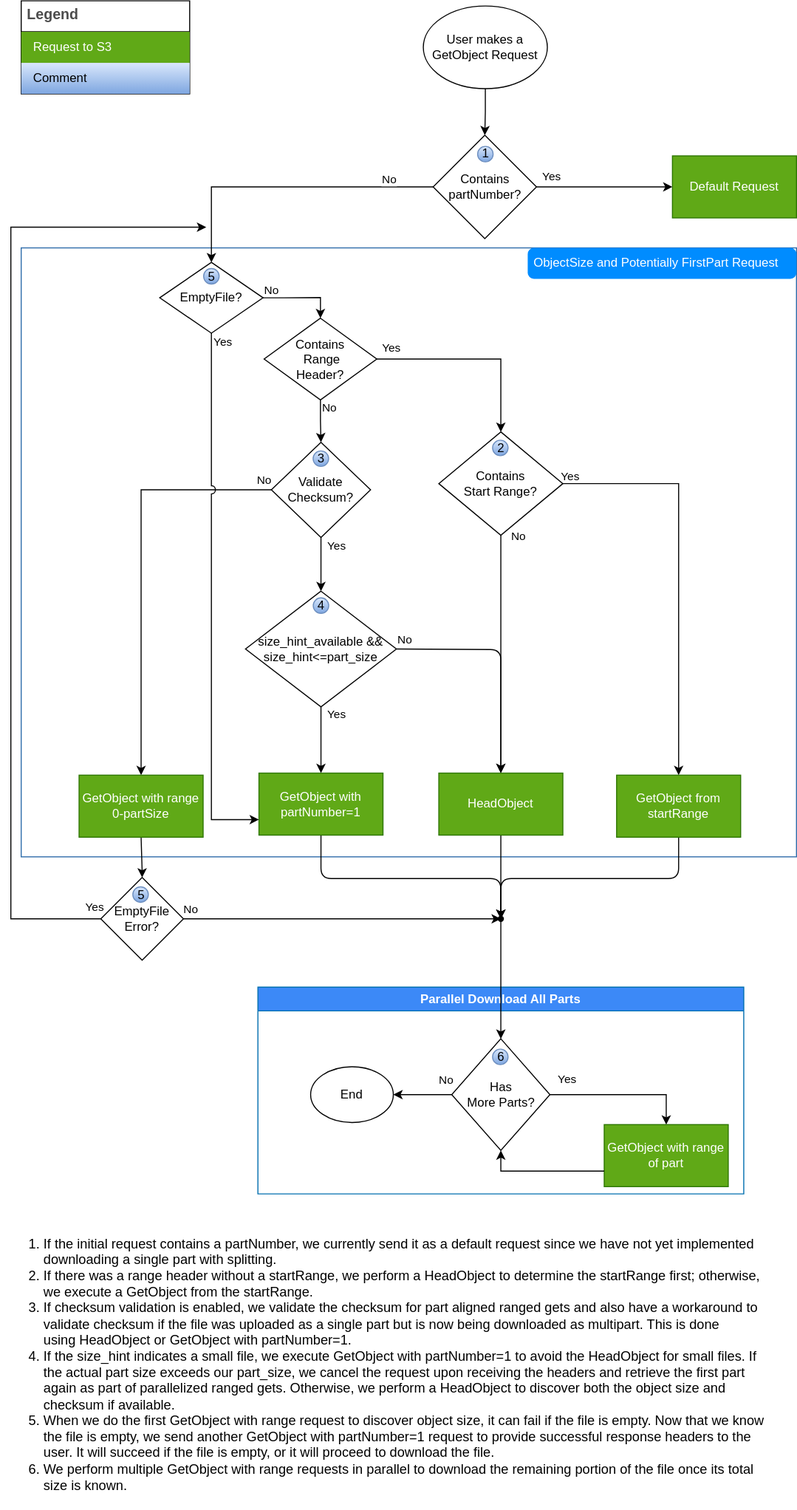
The draw.io diagram docs/images/GetObjectFlow.svg in awslabs/aws-c-s3, before a commit. Source tidied: cells renumbered, new cells last; positions are measured from the earlier drawing's top-left corner, leaving out a move shared by most shapes.
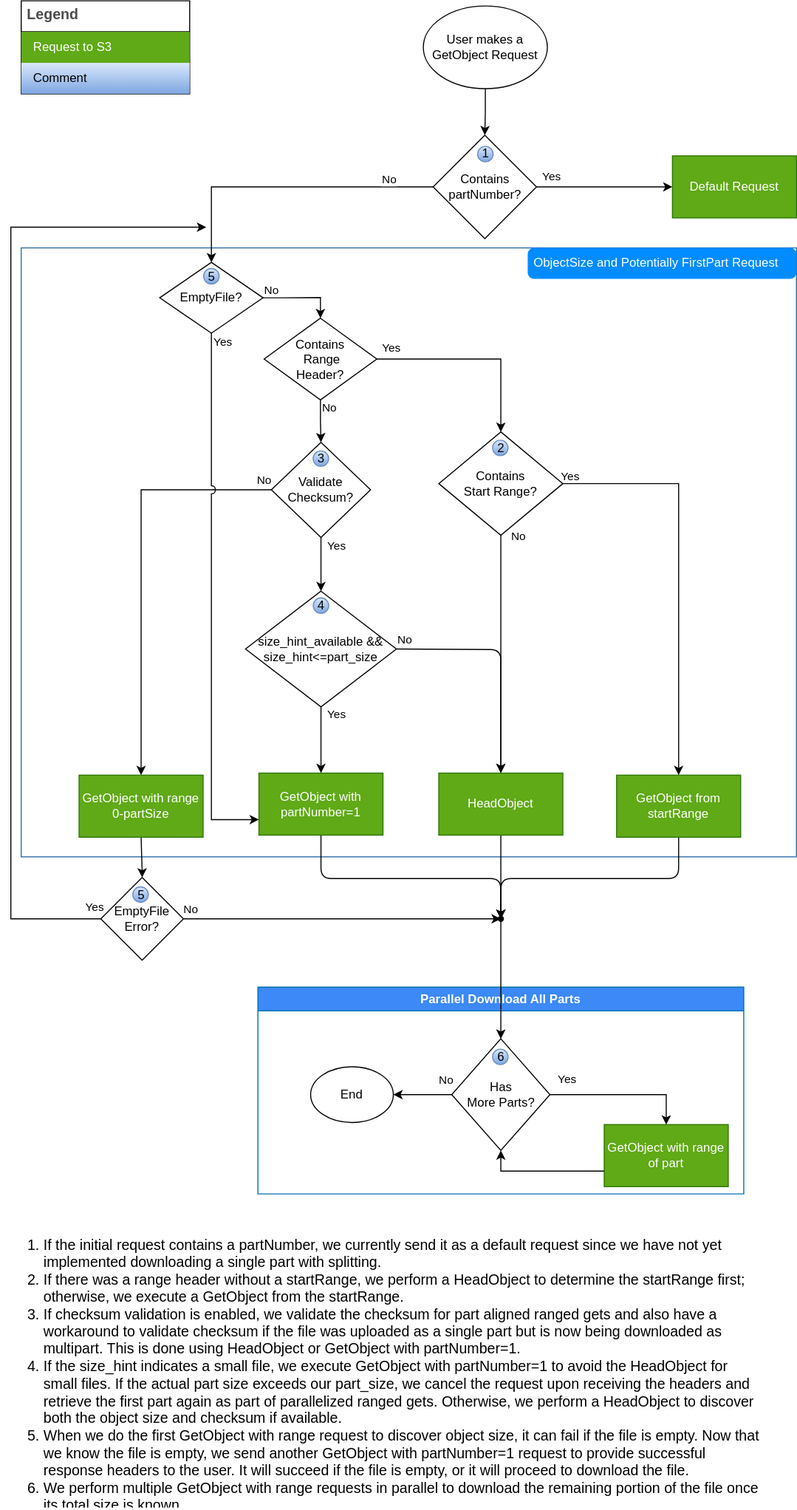
After the change.

Commit message:
Update diagram comments font

Diff of the diagram source:
```diff
@@ -139,7 +139,7 @@
     <mxCell id="37" value="End" style="ellipse;whiteSpace=wrap;html=1;" parent="29" vertex="1">
       <mxGeometry x="51" y="77" width="80" height="54" as="geometry" />
     </mxCell>
-    <mxCell id="38" value="&lt;ol style=&quot;font-size: 13px;&quot;&gt;&lt;li style=&quot;&quot;&gt;&lt;font style=&quot;font-size: 13px;&quot;&gt;If the initial request contains a partNumber, we currently send it as a default request since we have not yet implemented downloading a single part with splitting.&lt;/font&gt;&lt;/li&gt;&lt;li style=&quot;&quot;&gt;&lt;font style=&quot;font-size: 13px;&quot;&gt;If there was a range header without a startRange, we perform a&amp;nbsp;HeadObject&amp;nbsp;to determine the startRange first; otherwise, we execute a GetObject from the startRange.&lt;/font&gt;&lt;/li&gt;&lt;li style=&quot;&quot;&gt;&lt;font style=&quot;font-size: 13px;&quot;&gt;If checksum validation is enabled, we validate the checksum for part aligned ranged gets and also have a workaround to validate checksum if the file was uploaded as a single part but is now being downloaded as multipart. This is done using&amp;nbsp;HeadObject&amp;nbsp;or GetObject with partNumber=1.&lt;br&gt;&lt;/font&gt;&lt;/li&gt;&lt;li style=&quot;&quot;&gt;&lt;font style=&quot;font-size: 13px;&quot;&gt;If the size_hint indicates a small file, we execute GetObject with partNumber=1 to avoid the&amp;nbsp;HeadObject&amp;nbsp;for small files. If the actual part size exceeds our part_size, we cancel the request upon receiving the headers and retrieve the first part again as part of parallelized ranged gets. Otherwise, we perform a&amp;nbsp;HeadObject&amp;nbsp;to discover both the object size and checksum if available.&lt;/font&gt;&lt;/li&gt;&lt;li style=&quot;&quot;&gt;&lt;font style=&quot;font-size: 13px;&quot;&gt;When we do the first GetObject with range request to discover object size, it can fail if the file is empty. Now that we know the file is empty, we send another GetObject with partNumber=1 request to provide successful response headers to the user. It will succeed if the file is empty, or it will proceed to download the file.&lt;br&gt;&lt;/font&gt;&lt;/li&gt;&lt;li style=&quot;&quot;&gt;&lt;font style=&quot;font-size: 13px;&quot;&gt;We perform multiple GetObject with range requests in parallel to download the remaining portion of the file once its total size is known.&lt;br&gt;&lt;/font&gt;&lt;/li&gt;&lt;/ol&gt;" style="text;strokeColor=none;fillColor=none;html=1;whiteSpace=wrap;verticalAlign=middle;overflow=hidden;align=left;labelPosition=center;verticalLabelPosition=middle;" parent="1" vertex="1">
+    <mxCell id="38" value="&lt;ol style=&quot;font-size: 14px;&quot;&gt;&lt;li style=&quot;&quot;&gt;&lt;font style=&quot;font-size: 14px;&quot;&gt;If the initial request contains a partNumber, we currently send it as a default request since we have not yet implemented downloading a single part with splitting.&lt;/font&gt;&lt;/li&gt;&lt;li style=&quot;&quot;&gt;&lt;font style=&quot;font-size: 14px;&quot;&gt;If there was a range header without a startRange, we perform a&amp;nbsp;HeadObject&amp;nbsp;to determine the startRange first; otherwise, we execute a GetObject from the startRange.&lt;/font&gt;&lt;/li&gt;&lt;li style=&quot;&quot;&gt;&lt;font style=&quot;font-size: 14px;&quot;&gt;If checksum validation is enabled, we validate the checksum for part aligned ranged gets and also have a workaround to validate checksum if the file was uploaded as a single part but is now being downloaded as multipart. This is done using&amp;nbsp;HeadObject&amp;nbsp;or GetObject with partNumber=1.&lt;br&gt;&lt;/font&gt;&lt;/li&gt;&lt;li style=&quot;&quot;&gt;&lt;font style=&quot;font-size: 14px;&quot;&gt;If the size_hint indicates a small file, we execute GetObject with partNumber=1 to avoid the&amp;nbsp;HeadObject&amp;nbsp;for small files. If the actual part size exceeds our part_size, we cancel the request upon receiving the headers and retrieve the first part again as part of parallelized ranged gets. Otherwise, we perform a&amp;nbsp;HeadObject&amp;nbsp;to discover both the object size and checksum if available.&lt;/font&gt;&lt;/li&gt;&lt;li style=&quot;&quot;&gt;&lt;font style=&quot;font-size: 14px;&quot;&gt;When we do the first GetObject with range request to discover object size, it can fail if the file is empty. Now that we know the file is empty, we send another GetObject with partNumber=1 request to provide successful response headers to the user. It will succeed if the file is empty, or it will proceed to download the file.&lt;br&gt;&lt;/font&gt;&lt;/li&gt;&lt;li style=&quot;&quot;&gt;&lt;font style=&quot;font-size: 14px;&quot;&gt;We perform multiple GetObject with range requests in parallel to download the remaining portion of the file once its total size is known.&lt;br&gt;&lt;/font&gt;&lt;/li&gt;&lt;/ol&gt;" style="text;strokeColor=none;fillColor=none;html=1;whiteSpace=wrap;verticalAlign=middle;overflow=hidden;align=left;labelPosition=center;verticalLabelPosition=middle;" parent="1" vertex="1">
       <mxGeometry y="1179" width="740" height="280" as="geometry" />
     </mxCell>
     <mxCell id="39" style="group;rotation=90;" parent="1" vertex="1">
```
